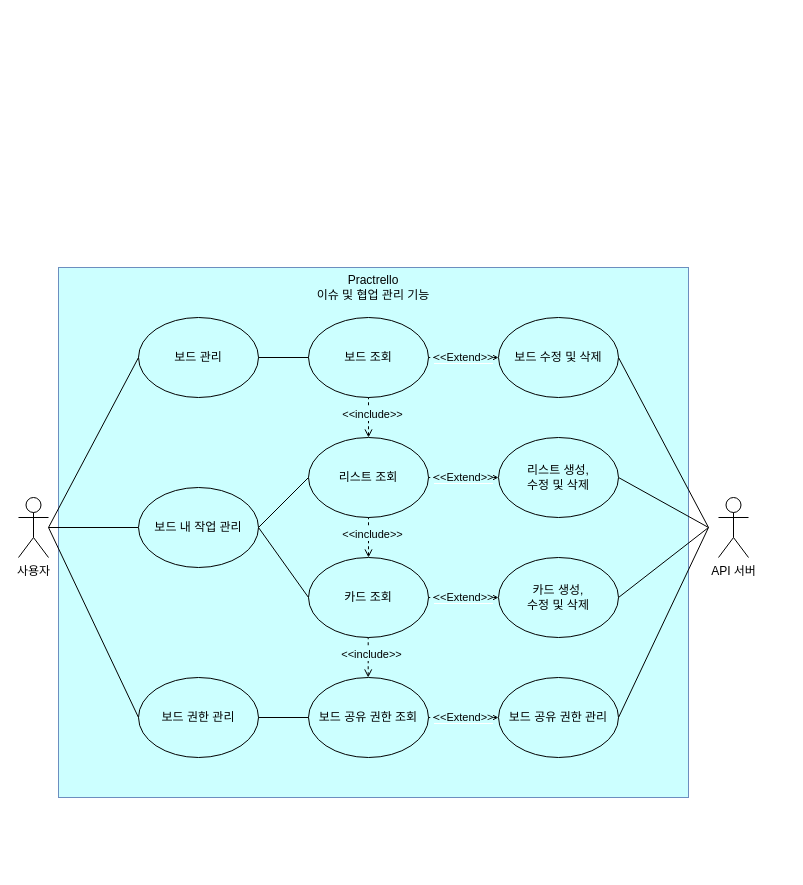
Above: page "페이지-4" (4 of 4) of 제목 없는 다이어그램.drawio in jakeone722/TIL (draw.io), before the change. Source tidied: cells renumbered, new cells numbered last; positions are measured from the earlier drawing's top-left corner, leaving out a move shared by most shapes. Both pictures are drawn from the tidied source at 100%, with x=0, y=0 at pixel (18, 267).
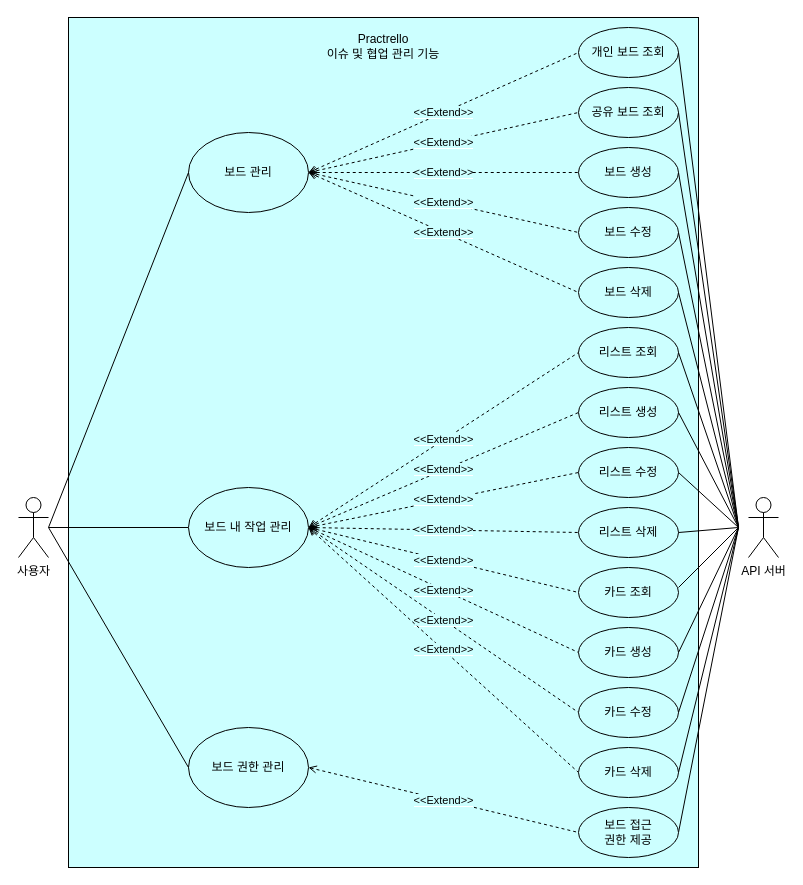
The same page after the edit.

Diff of the diagram source:
```diff
@@
-    <mxCell id="2" value="Practrello&lt;br&gt;이슈 및 협업 관리 기능&lt;br&gt;&lt;br&gt;&lt;br&gt;&lt;br&gt;&lt;br&gt;&lt;br&gt;&lt;br&gt;&lt;br&gt;&lt;br&gt;&lt;br&gt;&lt;br&gt;&lt;br&gt;&lt;br&gt;&lt;br&gt;&lt;br&gt;&lt;br&gt;&lt;br&gt;&lt;br&gt;&lt;br&gt;&lt;br&gt;&lt;br&gt;&lt;br&gt;&lt;br&gt;&lt;br&gt;&lt;br&gt;&lt;br&gt;&lt;br&gt;&lt;br&gt;&lt;br&gt;&lt;br&gt;&lt;br&gt;&lt;br&gt;&lt;br&gt;&lt;br&gt;&lt;br&gt;" style="rounded=0;whiteSpace=wrap;html=1;fillColor=#CCFFFF;strokeColor=#6c8ebf;" parent="1" vertex="1">
-      <mxGeometry x="40" width="630" height="530" as="geometry" />
+    <mxCell id="2" value="Practrello&lt;br&gt;이슈 및 협업 관리 기능&lt;br&gt;&lt;br&gt;&lt;br&gt;&lt;br&gt;&lt;br&gt;&lt;br&gt;&lt;br&gt;&lt;br&gt;&lt;br&gt;&lt;br&gt;&lt;br&gt;&lt;br&gt;&lt;br&gt;&lt;br&gt;&lt;br&gt;&lt;br&gt;&lt;br&gt;&lt;br&gt;&lt;br&gt;&lt;br&gt;&lt;br&gt;&lt;br&gt;&lt;br&gt;&lt;br&gt;&lt;br&gt;&lt;br&gt;&lt;br&gt;&lt;br&gt;&lt;br&gt;&lt;br&gt;&lt;br&gt;&lt;br&gt;&lt;br&gt;&lt;br&gt;&lt;br&gt;&lt;br&gt;&lt;br&gt;&lt;br&gt;&lt;br&gt;&lt;br&gt;&lt;br&gt;&lt;br&gt;&lt;br&gt;&lt;br&gt;&lt;br&gt;&lt;br&gt;&lt;br&gt;&lt;br&gt;&lt;br&gt;&lt;br&gt;&lt;br&gt;&lt;br&gt;&lt;br&gt;&lt;br&gt;&lt;br&gt;&lt;br&gt;" style="rounded=0;whiteSpace=wrap;html=1;labelBackgroundColor=#CCFFFF;strokeColor=#000000;fillColor=#CCFFFF;" parent="1" vertex="1">
+      <mxGeometry x="50" y="-250" width="630" height="850" as="geometry" />
     </mxCell>
@@
     <mxCell id="4" value="API 서버" style="shape=umlActor;verticalLabelPosition=bottom;verticalAlign=top;html=1;" parent="1" vertex="1">
-      <mxGeometry x="700" y="230" width="30" height="60" as="geometry" />
+      <mxGeometry x="730" y="230" width="30" height="60" as="geometry" />
     </mxCell>
@@
-    <mxCell id="6" style="endArrow=none;html=1;rounded=0;exitX=1;exitY=0.5;exitDx=0;exitDy=0;" parent="1" edge="1" source="15">
-      <mxGeometry relative="1" as="geometry">
-        <mxPoint x="690" y="260" as="targetPoint" />
-      </mxGeometry>
-    </mxCell>
     <mxCell id="7" value="보드 내 작업 관리" style="ellipse;whiteSpace=wrap;html=1;strokeColor=#000000;fillColor=#CCFFFF;" parent="1" vertex="1">
-      <mxGeometry x="120" y="220" width="120" height="80" as="geometry" />
+      <mxGeometry x="170" y="220" width="120" height="80" as="geometry" />
     </mxCell>
     <mxCell id="8" value="보드 관리" style="ellipse;whiteSpace=wrap;html=1;strokeColor=#000000;fillColor=#CCFFFF;" parent="1" vertex="1">
-      <mxGeometry x="120" y="50" width="120" height="80" as="geometry" />
+      <mxGeometry x="170" y="-135" width="120" height="80" as="geometry" />
     </mxCell>
     <mxCell id="9" value="보드 권한 관리" style="ellipse;whiteSpace=wrap;html=1;strokeColor=#000000;fillColor=#CCFFFF;" parent="1" vertex="1">
-      <mxGeometry x="120" y="410" width="120" height="80" as="geometry" />
+      <mxGeometry x="170" y="460" width="120" height="80" as="geometry" />
     </mxCell>
@@
-    <mxCell id="11" value="보드 조회" style="ellipse;whiteSpace=wrap;html=1;strokeColor=#000000;fillColor=#CCFFFF;" parent="1" vertex="1">
-      <mxGeometry x="290" y="50" width="120" height="80" as="geometry" />
-    </mxCell>
+    <mxCell id="27" style="endArrow=none;html=1;rounded=0;entryX=0;entryY=0.5;entryDx=0;entryDy=0;" parent="1" edge="1" target="8">
+      <mxGeometry relative="1" as="geometry">
+        <mxPoint x="30" y="260" as="sourcePoint" />
+      </mxGeometry>
+    </mxCell>
+    <mxCell id="37" value="&lt;span style=&quot;background-color: rgb(204, 255, 255);&quot;&gt;&amp;lt;&amp;lt;Extend&amp;gt;&amp;gt;&lt;/span&gt;" style="endArrow=none;dashed=1;html=1;rounded=0;startArrow=open;startFill=0;entryX=0;entryY=0.5;entryDx=0;entryDy=0;exitX=1;exitY=0.5;exitDx=0;exitDy=0;" parent="1" edge="1" source="8" target="12">
+      <mxGeometry relative="1" as="geometry" />
+    </mxCell>
+    <mxCell id="38" value="개인 보드 조회" style="ellipse;whiteSpace=wrap;html=1;strokeColor=#000000;fillColor=#CCFFFF;" parent="1" vertex="1">
+      <mxGeometry x="560" y="-240" width="100" height="50" as="geometry" />
+    </mxCell>
+    <mxCell id="39" value="&lt;span style=&quot;background-color: rgb(204, 255, 255);&quot;&gt;&amp;lt;&amp;lt;Extend&amp;gt;&amp;gt;&lt;/span&gt;" style="endArrow=none;dashed=1;html=1;rounded=0;startArrow=open;startFill=0;entryX=0;entryY=0.5;entryDx=0;entryDy=0;exitX=1;exitY=0.5;exitDx=0;exitDy=0;" parent="1" edge="1" source="9" target="73">
+      <mxGeometry relative="1" as="geometry" />
+    </mxCell>
+    <mxCell id="40" value="&lt;span style=&quot;background-color: rgb(204, 255, 255);&quot;&gt;&amp;lt;&amp;lt;Extend&amp;gt;&amp;gt;&lt;/span&gt;" style="endArrow=none;dashed=1;html=1;rounded=0;startArrow=open;startFill=0;entryX=0;entryY=0.5;entryDx=0;entryDy=0;exitX=1;exitY=0.5;exitDx=0;exitDy=0;" parent="1" edge="1" source="8" target="38">
+      <mxGeometry relative="1" as="geometry" />
+    </mxCell>
-    <mxCell id="12" value="보드 수정 및 삭제" style="ellipse;whiteSpace=wrap;html=1;strokeColor=#000000;fillColor=#CCFFFF;" parent="1" vertex="1">
-      <mxGeometry x="480" y="50" width="120" height="80" as="geometry" />
+    <mxCell id="12" value="공유 보드 조회" style="ellipse;whiteSpace=wrap;html=1;strokeColor=#000000;fillColor=#CCFFFF;" parent="1" vertex="1">
+      <mxGeometry x="560" y="-180" width="100" height="50" as="geometry" />
     </mxCell>
-    <mxCell id="13" value="&lt;span style=&quot;background-color: rgb(204, 255, 255);&quot;&gt;&amp;lt;&amp;lt;Extend&amp;gt;&amp;gt;&lt;/span&gt;" style="endArrow=none;dashed=1;html=1;rounded=0;startArrow=open;startFill=0;entryX=1;entryY=0.5;entryDx=0;entryDy=0;exitX=0;exitY=0.5;exitDx=0;exitDy=0;" parent="1" edge="1" source="12" target="11">
-      <mxGeometry relative="1" as="geometry" />
-    </mxCell>
+    <mxCell id="41" value="&lt;span style=&quot;background-color: rgb(204, 255, 255);&quot;&gt;&amp;lt;&amp;lt;Extend&amp;gt;&amp;gt;&lt;/span&gt;" style="endArrow=none;dashed=1;html=1;rounded=0;startArrow=open;startFill=0;entryX=0;entryY=0.5;entryDx=0;entryDy=0;exitX=1;exitY=0.5;exitDx=0;exitDy=0;" parent="1" edge="1" source="8" target="42">
+      <mxGeometry relative="1" as="geometry" />
+    </mxCell>
+    <mxCell id="42" value="보드 생성" style="ellipse;whiteSpace=wrap;html=1;strokeColor=#000000;fillColor=#CCFFFF;" parent="1" vertex="1">
+      <mxGeometry x="560" y="-120" width="100" height="50" as="geometry" />
+    </mxCell>
+    <mxCell id="43" value="&lt;span style=&quot;background-color: rgb(204, 255, 255);&quot;&gt;&amp;lt;&amp;lt;Extend&amp;gt;&amp;gt;&lt;/span&gt;" style="endArrow=none;dashed=1;html=1;rounded=0;startArrow=open;startFill=0;entryX=0;entryY=0.5;entryDx=0;entryDy=0;exitX=1;exitY=0.5;exitDx=0;exitDy=0;" parent="1" edge="1" source="8" target="44">
+      <mxGeometry relative="1" as="geometry" />
+    </mxCell>
+    <mxCell id="44" value="보드 수정" style="ellipse;whiteSpace=wrap;html=1;strokeColor=#000000;fillColor=#CCFFFF;" parent="1" vertex="1">
+      <mxGeometry x="560" y="-60" width="100" height="50" as="geometry" />
+    </mxCell>
+    <mxCell id="45" value="&lt;span style=&quot;background-color: rgb(204, 255, 255);&quot;&gt;&amp;lt;&amp;lt;Extend&amp;gt;&amp;gt;&lt;/span&gt;" style="endArrow=none;dashed=1;html=1;rounded=0;startArrow=open;startFill=0;entryX=0;entryY=0.5;entryDx=0;entryDy=0;exitX=1;exitY=0.5;exitDx=0;exitDy=0;" parent="1" edge="1" source="8" target="46">
+      <mxGeometry relative="1" as="geometry" />
+    </mxCell>
+    <mxCell id="46" value="보드 삭제" style="ellipse;whiteSpace=wrap;html=1;strokeColor=#000000;fillColor=#CCFFFF;" parent="1" vertex="1">
+      <mxGeometry x="560" width="100" height="50" as="geometry" />
+    </mxCell>
+    <mxCell id="47" value="&lt;span style=&quot;background-color: rgb(204, 255, 255);&quot;&gt;&amp;lt;&amp;lt;Extend&amp;gt;&amp;gt;&lt;/span&gt;" style="endArrow=none;dashed=1;html=1;rounded=0;startArrow=open;startFill=0;entryX=0;entryY=0.5;entryDx=0;entryDy=0;exitX=1;exitY=0.5;exitDx=0;exitDy=0;" parent="1" edge="1" source="7" target="48">
+      <mxGeometry relative="1" as="geometry" />
+    </mxCell>
     <mxCell id="14" value="리스트 조회" style="ellipse;whiteSpace=wrap;html=1;strokeColor=#000000;fillColor=#CCFFFF;" parent="1" vertex="1">
-      <mxGeometry x="290" y="170" width="120" height="80" as="geometry" />
+      <mxGeometry x="560" y="60" width="100" height="50" as="geometry" />
     </mxCell>
-    <mxCell id="15" value="리스트 생성, &lt;br&gt;수정 및 삭제" style="ellipse;whiteSpace=wrap;html=1;strokeColor=#000000;fillColor=#CCFFFF;" parent="1" vertex="1">
-      <mxGeometry x="480" y="170" width="120" height="80" as="geometry" />
-    </mxCell>
+    <mxCell id="19" value="&lt;span style=&quot;background-color: rgb(204, 255, 255);&quot;&gt;&amp;lt;&amp;lt;Extend&amp;gt;&amp;gt;&lt;/span&gt;" style="endArrow=none;dashed=1;html=1;rounded=0;startArrow=open;startFill=0;entryX=0;entryY=0.5;entryDx=0;entryDy=0;exitX=1;exitY=0.5;exitDx=0;exitDy=0;" parent="1" edge="1" source="7" target="14">
+      <mxGeometry relative="1" as="geometry" />
+    </mxCell>
+    <mxCell id="48" value="리스트 생성" style="ellipse;whiteSpace=wrap;html=1;strokeColor=#000000;fillColor=#CCFFFF;" parent="1" vertex="1">
+      <mxGeometry x="560" y="120" width="100" height="50" as="geometry" />
+    </mxCell>
+    <mxCell id="49" value="&lt;span style=&quot;background-color: rgb(204, 255, 255);&quot;&gt;&amp;lt;&amp;lt;Extend&amp;gt;&amp;gt;&lt;/span&gt;" style="endArrow=none;dashed=1;html=1;rounded=0;startArrow=open;startFill=0;entryX=0;entryY=0.5;entryDx=0;entryDy=0;exitX=1;exitY=0.5;exitDx=0;exitDy=0;" parent="1" edge="1" source="7" target="50">
+      <mxGeometry relative="1" as="geometry" />
+    </mxCell>
+    <mxCell id="50" value="리스트 수정" style="ellipse;whiteSpace=wrap;html=1;strokeColor=#000000;fillColor=#CCFFFF;" parent="1" vertex="1">
+      <mxGeometry x="560" y="180" width="100" height="50" as="geometry" />
+    </mxCell>
+    <mxCell id="51" value="&lt;span style=&quot;background-color: rgb(204, 255, 255);&quot;&gt;&amp;lt;&amp;lt;Extend&amp;gt;&amp;gt;&lt;/span&gt;" style="endArrow=none;dashed=1;html=1;rounded=0;startArrow=open;startFill=0;entryX=0;entryY=0.5;entryDx=0;entryDy=0;exitX=1;exitY=0.5;exitDx=0;exitDy=0;" parent="1" edge="1" source="7" target="52">
+      <mxGeometry relative="1" as="geometry" />
+    </mxCell>
+    <mxCell id="52" value="리스트 삭제" style="ellipse;whiteSpace=wrap;html=1;strokeColor=#000000;fillColor=#CCFFFF;" parent="1" vertex="1">
+      <mxGeometry x="560" y="240" width="100" height="50" as="geometry" />
+    </mxCell>
+    <mxCell id="53" value="&lt;span style=&quot;background-color: rgb(204, 255, 255);&quot;&gt;&amp;lt;&amp;lt;Extend&amp;gt;&amp;gt;&lt;/span&gt;" style="endArrow=none;dashed=1;html=1;rounded=0;startArrow=open;startFill=0;entryX=0;entryY=0.5;entryDx=0;entryDy=0;exitX=1;exitY=0.5;exitDx=0;exitDy=0;" parent="1" edge="1" source="7" target="54">
+      <mxGeometry relative="1" as="geometry" />
+    </mxCell>
     <mxCell id="16" value="카드 조회" style="ellipse;whiteSpace=wrap;html=1;strokeColor=#000000;fillColor=#CCFFFF;" parent="1" vertex="1">
-      <mxGeometry x="290" y="290" width="120" height="80" as="geometry" />
+      <mxGeometry x="560" y="300" width="100" height="50" as="geometry" />
     </mxCell>
-    <mxCell id="17" value="카드 생성,&lt;br&gt;수정 및 삭제" style="ellipse;whiteSpace=wrap;html=1;strokeColor=#000000;fillColor=#CCFFFF;" parent="1" vertex="1">
-      <mxGeometry x="480" y="290" width="120" height="80" as="geometry" />
-    </mxCell>
-    <mxCell id="18" style="endArrow=none;html=1;rounded=0;exitX=1;exitY=0.5;exitDx=0;exitDy=0;" parent="1" edge="1" source="8" target="11">
-      <mxGeometry relative="1" as="geometry" />
-    </mxCell>
-    <mxCell id="19" style="endArrow=none;html=1;rounded=0;exitX=1;exitY=0.5;exitDx=0;exitDy=0;entryX=0;entryY=0.5;entryDx=0;entryDy=0;" parent="1" edge="1" source="7" target="14">
-      <mxGeometry relative="1" as="geometry" />
-    </mxCell>
-    <mxCell id="20" style="endArrow=none;dashed=1;html=1;rounded=0;entryX=0.5;entryY=1;entryDx=0;entryDy=0;startArrow=open;startFill=0;" parent="1" edge="1" source="14" target="11">
-      <mxGeometry relative="1" as="geometry" />
-    </mxCell>
-    <mxCell id="21" value="&amp;lt;&amp;lt;include&amp;gt;&amp;gt;" style="edgeLabel;html=1;align=center;verticalAlign=middle;labelBackgroundColor=#CCFFFF;" parent="20" vertex="1">
-      <mxGeometry x="0.22" y="-3" relative="1" as="geometry" />
-    </mxCell>
-    <mxCell id="22" value="&lt;span style=&quot;background-color: rgb(204, 255, 255);&quot;&gt;&amp;lt;&amp;lt;Extend&amp;gt;&amp;gt;&lt;/span&gt;" style="endArrow=none;dashed=1;html=1;rounded=0;startArrow=open;startFill=0;entryX=1;entryY=0.5;entryDx=0;entryDy=0;exitX=0;exitY=0.5;exitDx=0;exitDy=0;" parent="1" edge="1" source="17" target="16">
-      <mxGeometry relative="1" as="geometry" />
-    </mxCell>
-    <mxCell id="23" value="&lt;span style=&quot;background-color: rgb(204, 255, 255);&quot;&gt;&amp;lt;&amp;lt;Extend&amp;gt;&amp;gt;&lt;/span&gt;" style="endArrow=none;dashed=1;html=1;rounded=0;startArrow=open;startFill=0;exitX=0;exitY=0.5;exitDx=0;exitDy=0;entryX=1;entryY=0.5;entryDx=0;entryDy=0;" parent="1" edge="1" source="15" target="14">
-      <mxGeometry relative="1" as="geometry" />
-    </mxCell>
-    <mxCell id="24" style="endArrow=none;html=1;rounded=0;exitX=1;exitY=0.5;exitDx=0;exitDy=0;entryX=0;entryY=0.5;entryDx=0;entryDy=0;" parent="1" edge="1" source="7" target="16">
+    <mxCell id="24" value="&lt;span style=&quot;background-color: rgb(204, 255, 255);&quot;&gt;&amp;lt;&amp;lt;Extend&amp;gt;&amp;gt;&lt;/span&gt;" style="endArrow=none;dashed=1;html=1;rounded=0;startArrow=open;startFill=0;entryX=0;entryY=0.5;entryDx=0;entryDy=0;exitX=1;exitY=0.5;exitDx=0;exitDy=0;" parent="1" edge="1" source="7" target="16">
       <mxGeometry relative="1" as="geometry" />
     </mxCell>
-    <mxCell id="25" style="endArrow=none;dashed=1;html=1;rounded=0;entryX=0.5;entryY=1;entryDx=0;entryDy=0;startArrow=open;startFill=0;" parent="1" edge="1" source="16" target="14">
-      <mxGeometry relative="1" as="geometry" />
-    </mxCell>
-    <mxCell id="26" value="&amp;lt;&amp;lt;include&amp;gt;&amp;gt;" style="edgeLabel;html=1;align=center;verticalAlign=middle;labelBackgroundColor=#CCFFFF;" parent="25" vertex="1">
-      <mxGeometry x="0.22" y="-3" relative="1" as="geometry" />
-    </mxCell>
-    <mxCell id="27" style="endArrow=none;html=1;rounded=0;entryX=0;entryY=0.5;entryDx=0;entryDy=0;" parent="1" edge="1" target="8">
-      <mxGeometry relative="1" as="geometry">
-        <mxPoint x="30" y="260" as="sourcePoint" />
-      </mxGeometry>
-    </mxCell>
-    <mxCell id="28" style="endArrow=none;html=1;rounded=0;exitX=1;exitY=0.5;exitDx=0;exitDy=0;" parent="1" edge="1" source="17">
-      <mxGeometry relative="1" as="geometry">
-        <mxPoint x="690" y="260" as="targetPoint" />
-      </mxGeometry>
-    </mxCell>
-    <mxCell id="29" style="endArrow=none;html=1;rounded=0;exitX=1;exitY=0.5;exitDx=0;exitDy=0;" parent="1" edge="1" source="12">
-      <mxGeometry relative="1" as="geometry">
-        <mxPoint x="690" y="260" as="targetPoint" />
-      </mxGeometry>
-    </mxCell>
-    <mxCell id="30" value="보드 공유 권한 조회" style="ellipse;whiteSpace=wrap;html=1;strokeColor=#000000;fillColor=#CCFFFF;" parent="1" vertex="1">
-      <mxGeometry x="290" y="410" width="120" height="80" as="geometry" />
-    </mxCell>
-    <mxCell id="31" value="보드 공유 권한 관리" style="ellipse;whiteSpace=wrap;html=1;strokeColor=#000000;fillColor=#CCFFFF;" parent="1" vertex="1">
-      <mxGeometry x="480" y="410" width="120" height="80" as="geometry" />
-    </mxCell>
-    <mxCell id="32" value="&lt;span style=&quot;background-color: rgb(204, 255, 255);&quot;&gt;&amp;lt;&amp;lt;Extend&amp;gt;&amp;gt;&lt;/span&gt;" style="endArrow=none;dashed=1;html=1;rounded=0;startArrow=open;startFill=0;entryX=1;entryY=0.5;entryDx=0;entryDy=0;exitX=0;exitY=0.5;exitDx=0;exitDy=0;" parent="1" edge="1" source="31" target="30">
-      <mxGeometry relative="1" as="geometry" />
-    </mxCell>
-    <mxCell id="33" style="endArrow=none;html=1;rounded=0;exitX=1;exitY=0.5;exitDx=0;exitDy=0;entryX=0;entryY=0.5;entryDx=0;entryDy=0;" parent="1" edge="1" source="9" target="30">
-      <mxGeometry relative="1" as="geometry" />
-    </mxCell>
-    <mxCell id="34" style="endArrow=none;html=1;rounded=0;exitX=1;exitY=0.5;exitDx=0;exitDy=0;" parent="1" edge="1" source="31">
-      <mxGeometry relative="1" as="geometry">
-        <mxPoint x="690" y="260" as="targetPoint" />
-      </mxGeometry>
-    </mxCell>
-    <mxCell id="35" style="endArrow=none;dashed=1;html=1;rounded=0;entryX=0.5;entryY=1;entryDx=0;entryDy=0;startArrow=open;startFill=0;" parent="1" edge="1">
-      <mxGeometry relative="1" as="geometry">
-        <mxPoint x="349.7" y="410" as="sourcePoint" />
-        <mxPoint x="349.7" y="370" as="targetPoint" />
-      </mxGeometry>
-    </mxCell>
-    <mxCell id="36" value="&amp;lt;&amp;lt;include&amp;gt;&amp;gt;" style="edgeLabel;html=1;align=center;verticalAlign=middle;labelBackgroundColor=#CCFFFF;" parent="35" vertex="1">
-      <mxGeometry x="0.22" y="-3" relative="1" as="geometry" />
-    </mxCell>
+    <mxCell id="54" value="카드 생성" style="ellipse;whiteSpace=wrap;html=1;strokeColor=#000000;fillColor=#CCFFFF;" parent="1" vertex="1">
+      <mxGeometry x="560" y="360" width="100" height="50" as="geometry" />
+    </mxCell>
+    <mxCell id="55" value="&lt;span style=&quot;background-color: rgb(204, 255, 255);&quot;&gt;&amp;lt;&amp;lt;Extend&amp;gt;&amp;gt;&lt;/span&gt;" style="endArrow=none;dashed=1;html=1;rounded=0;startArrow=open;startFill=0;entryX=0;entryY=0.5;entryDx=0;entryDy=0;exitX=1;exitY=0.5;exitDx=0;exitDy=0;" parent="1" edge="1" source="7" target="56">
+      <mxGeometry relative="1" as="geometry" />
+    </mxCell>
+    <mxCell id="56" value="카드 수정" style="ellipse;whiteSpace=wrap;html=1;strokeColor=#000000;fillColor=#CCFFFF;" parent="1" vertex="1">
+      <mxGeometry x="560" y="420" width="100" height="50" as="geometry" />
+    </mxCell>
+    <mxCell id="57" value="&lt;span style=&quot;background-color: rgb(204, 255, 255);&quot;&gt;&amp;lt;&amp;lt;Extend&amp;gt;&amp;gt;&lt;/span&gt;" style="endArrow=none;dashed=1;html=1;rounded=0;startArrow=open;startFill=0;entryX=0;entryY=0.5;entryDx=0;entryDy=0;exitX=1;exitY=0.5;exitDx=0;exitDy=0;" parent="1" edge="1" source="7" target="58">
+      <mxGeometry relative="1" as="geometry" />
+    </mxCell>
+    <mxCell id="58" value="카드 삭제" style="ellipse;whiteSpace=wrap;html=1;strokeColor=#000000;fillColor=#CCFFFF;" parent="1" vertex="1">
+      <mxGeometry x="560" y="480" width="100" height="50" as="geometry" />
+    </mxCell>
+    <mxCell id="59" style="endArrow=none;html=1;rounded=0;labelBackgroundColor=#CCFFFF;entryX=1;entryY=0.5;entryDx=0;entryDy=0;" parent="1" edge="1" target="38">
+      <mxGeometry relative="1" as="geometry">
+        <mxPoint x="720" y="260" as="sourcePoint" />
+      </mxGeometry>
+    </mxCell>
+    <mxCell id="60" style="endArrow=none;html=1;rounded=0;labelBackgroundColor=#CCFFFF;entryX=1;entryY=0.5;entryDx=0;entryDy=0;" parent="1" edge="1" target="12">
+      <mxGeometry relative="1" as="geometry">
+        <mxPoint x="720" y="260" as="sourcePoint" />
+      </mxGeometry>
+    </mxCell>
+    <mxCell id="61" style="endArrow=none;html=1;rounded=0;labelBackgroundColor=#CCFFFF;entryX=1;entryY=0.5;entryDx=0;entryDy=0;" parent="1" edge="1" target="42">
+      <mxGeometry relative="1" as="geometry">
+        <mxPoint x="720" y="260" as="sourcePoint" />
+      </mxGeometry>
+    </mxCell>
+    <mxCell id="62" style="endArrow=none;html=1;rounded=0;labelBackgroundColor=#CCFFFF;entryX=1;entryY=0.5;entryDx=0;entryDy=0;" parent="1" edge="1" target="44">
+      <mxGeometry relative="1" as="geometry">
+        <mxPoint x="720" y="260" as="sourcePoint" />
+      </mxGeometry>
+    </mxCell>
+    <mxCell id="63" style="endArrow=none;html=1;rounded=0;labelBackgroundColor=#CCFFFF;entryX=1;entryY=0.5;entryDx=0;entryDy=0;" parent="1" edge="1" target="46">
+      <mxGeometry relative="1" as="geometry">
+        <mxPoint x="720" y="260" as="sourcePoint" />
+      </mxGeometry>
+    </mxCell>
+    <mxCell id="64" style="endArrow=none;html=1;rounded=0;labelBackgroundColor=#CCFFFF;entryX=1;entryY=0.5;entryDx=0;entryDy=0;" parent="1" edge="1" target="14">
+      <mxGeometry relative="1" as="geometry">
+        <mxPoint x="720" y="260" as="sourcePoint" />
+      </mxGeometry>
+    </mxCell>
+    <mxCell id="65" style="endArrow=none;html=1;rounded=0;labelBackgroundColor=#CCFFFF;entryX=1;entryY=0.5;entryDx=0;entryDy=0;" parent="1" edge="1" target="48">
+      <mxGeometry relative="1" as="geometry">
+        <mxPoint x="720" y="260" as="sourcePoint" />
+      </mxGeometry>
+    </mxCell>
+    <mxCell id="66" style="endArrow=none;html=1;rounded=0;labelBackgroundColor=#CCFFFF;entryX=1;entryY=0.5;entryDx=0;entryDy=0;" parent="1" edge="1" target="50">
+      <mxGeometry relative="1" as="geometry">
+        <mxPoint x="720" y="260" as="sourcePoint" />
+      </mxGeometry>
+    </mxCell>
+    <mxCell id="67" style="endArrow=none;html=1;rounded=0;labelBackgroundColor=#CCFFFF;entryX=1;entryY=0.5;entryDx=0;entryDy=0;" parent="1" edge="1" target="52">
+      <mxGeometry relative="1" as="geometry">
+        <mxPoint x="720" y="260" as="sourcePoint" />
+      </mxGeometry>
+    </mxCell>
+    <mxCell id="68" style="endArrow=none;html=1;rounded=0;labelBackgroundColor=#CCFFFF;" parent="1" edge="1">
+      <mxGeometry relative="1" as="geometry">
+        <mxPoint x="720" y="260" as="sourcePoint" />
+        <mxPoint x="660" y="320" as="targetPoint" />
+      </mxGeometry>
+    </mxCell>
+    <mxCell id="69" style="endArrow=none;html=1;rounded=0;labelBackgroundColor=#CCFFFF;entryX=1;entryY=0.5;entryDx=0;entryDy=0;" parent="1" edge="1" target="54">
+      <mxGeometry relative="1" as="geometry">
+        <mxPoint x="720" y="260" as="sourcePoint" />
+      </mxGeometry>
+    </mxCell>
+    <mxCell id="70" style="endArrow=none;html=1;rounded=0;labelBackgroundColor=#CCFFFF;entryX=1;entryY=0.5;entryDx=0;entryDy=0;" parent="1" edge="1" target="56">
+      <mxGeometry relative="1" as="geometry">
+        <mxPoint x="720" y="260" as="sourcePoint" />
+      </mxGeometry>
+    </mxCell>
+    <mxCell id="71" style="endArrow=none;html=1;rounded=0;labelBackgroundColor=#CCFFFF;entryX=1;entryY=0.5;entryDx=0;entryDy=0;" parent="1" edge="1" target="58">
+      <mxGeometry relative="1" as="geometry">
+        <mxPoint x="720" y="260" as="sourcePoint" />
+      </mxGeometry>
+    </mxCell>
+    <mxCell id="72" style="endArrow=none;html=1;rounded=0;labelBackgroundColor=#CCFFFF;entryX=1;entryY=0.5;entryDx=0;entryDy=0;" parent="1" edge="1" target="73">
+      <mxGeometry relative="1" as="geometry">
+        <mxPoint x="720" y="260" as="sourcePoint" />
+      </mxGeometry>
+    </mxCell>
+    <mxCell id="73" value="보드 접근&lt;br&gt;권한 제공" style="ellipse;whiteSpace=wrap;html=1;strokeColor=#000000;fillColor=#CCFFFF;" parent="1" vertex="1">
+      <mxGeometry x="560" y="540" width="100" height="50" as="geometry" />
+    </mxCell>
```
